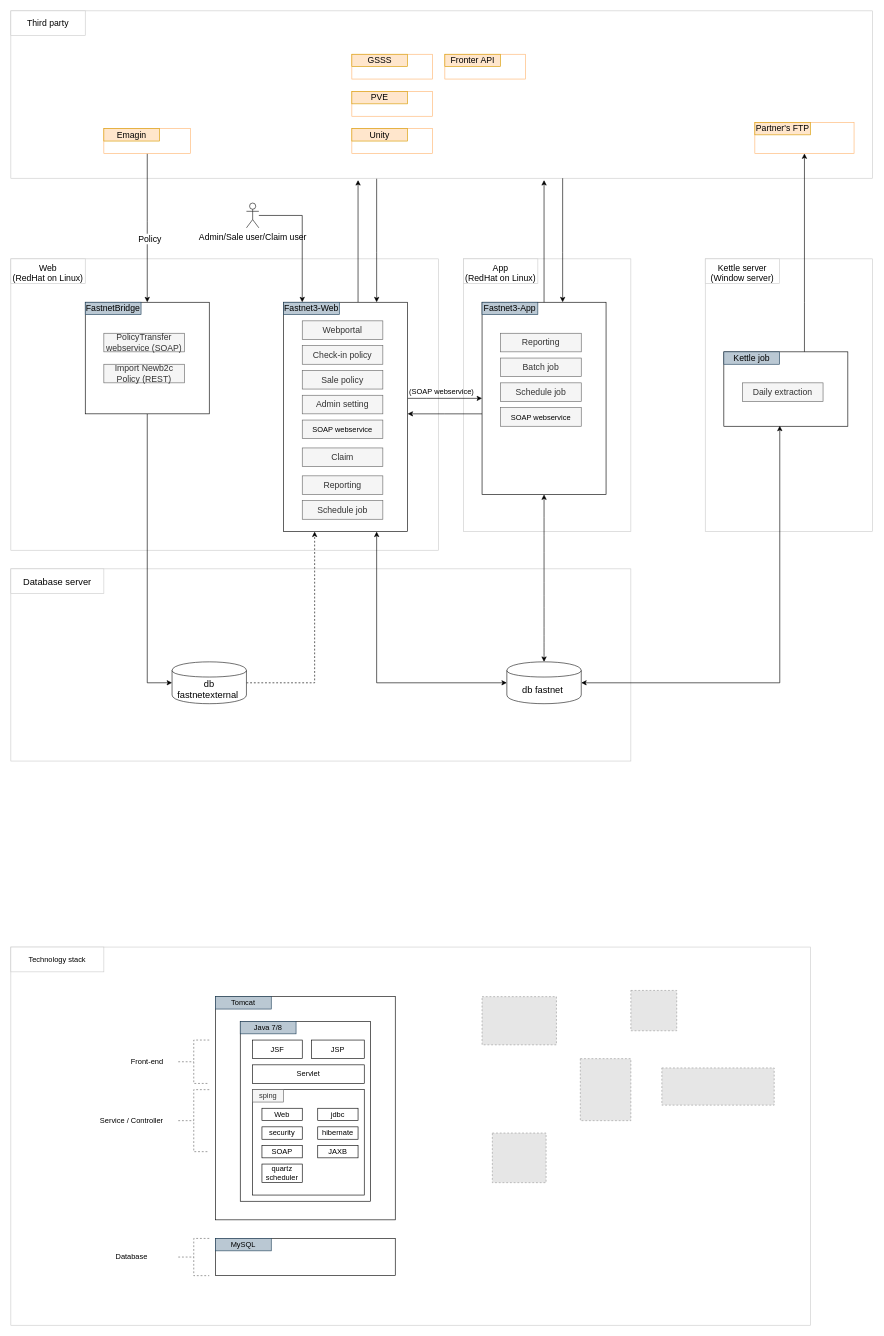
This is FN3-overview.drawio from phatcharalaw/my-doc, a draw.io file, before an edit. Source tidied: cells renumbered, new cells numbered last; positions are measured from the earlier drawing's top-left corner, leaving out a move shared by most shapes. Both pictures are drawn from the tidied source at 62%, with x=0, y=0 at pixel (11, 11). Pictures stored in the file or linked from it are replaced by grey dashed boxes.
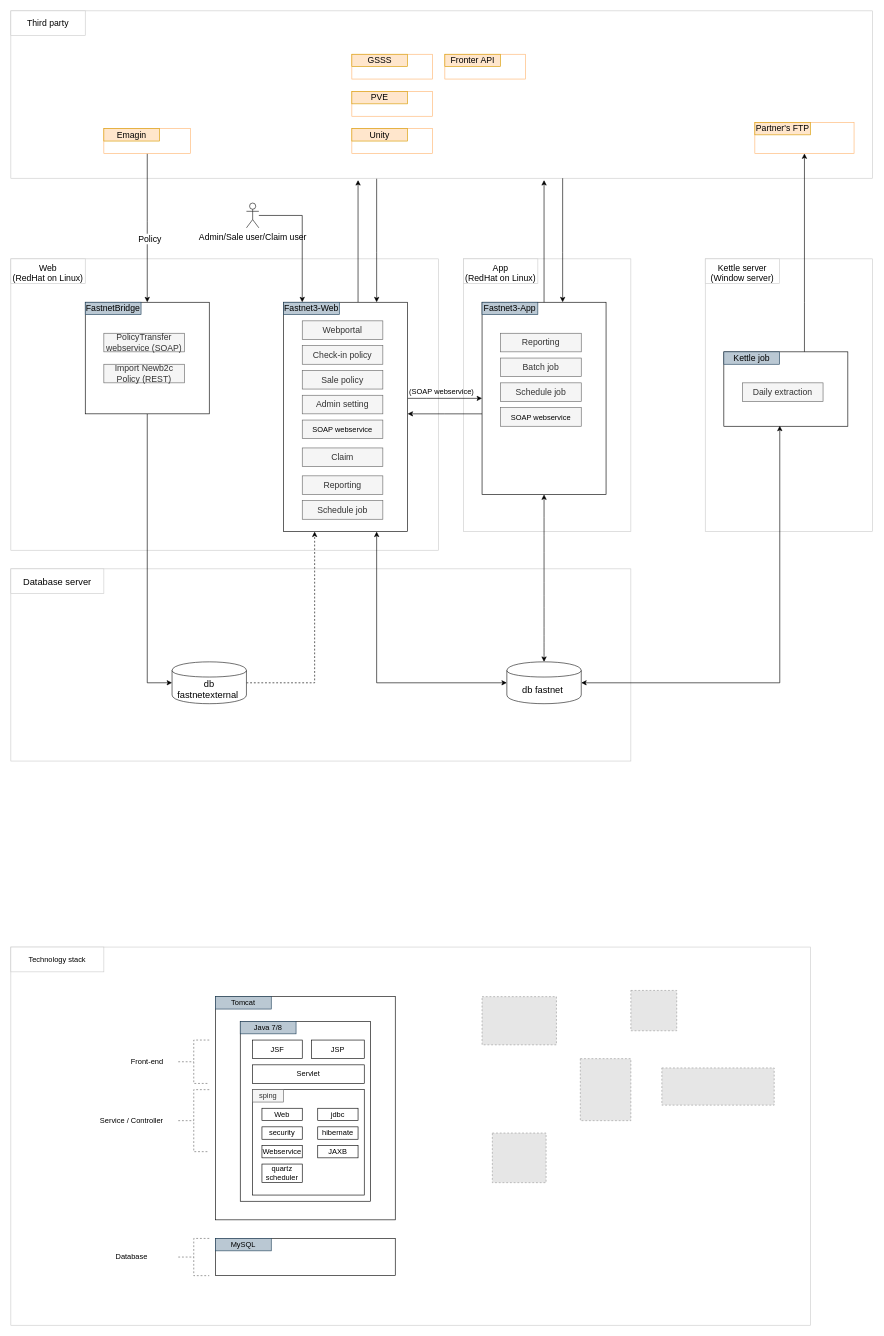
The same diagram, later.

Diff of the diagram source:
```diff
@@
-    <mxCell id="100" value="SOAP" style="rounded=0;whiteSpace=wrap;html=1;" parent="1" vertex="1">
+    <mxCell id="100" value="Webservice" style="rounded=0;whiteSpace=wrap;html=1;" parent="1" vertex="1">
       <mxGeometry x="405" y="1830" width="65" height="20" as="geometry" />
     </mxCell>
```
